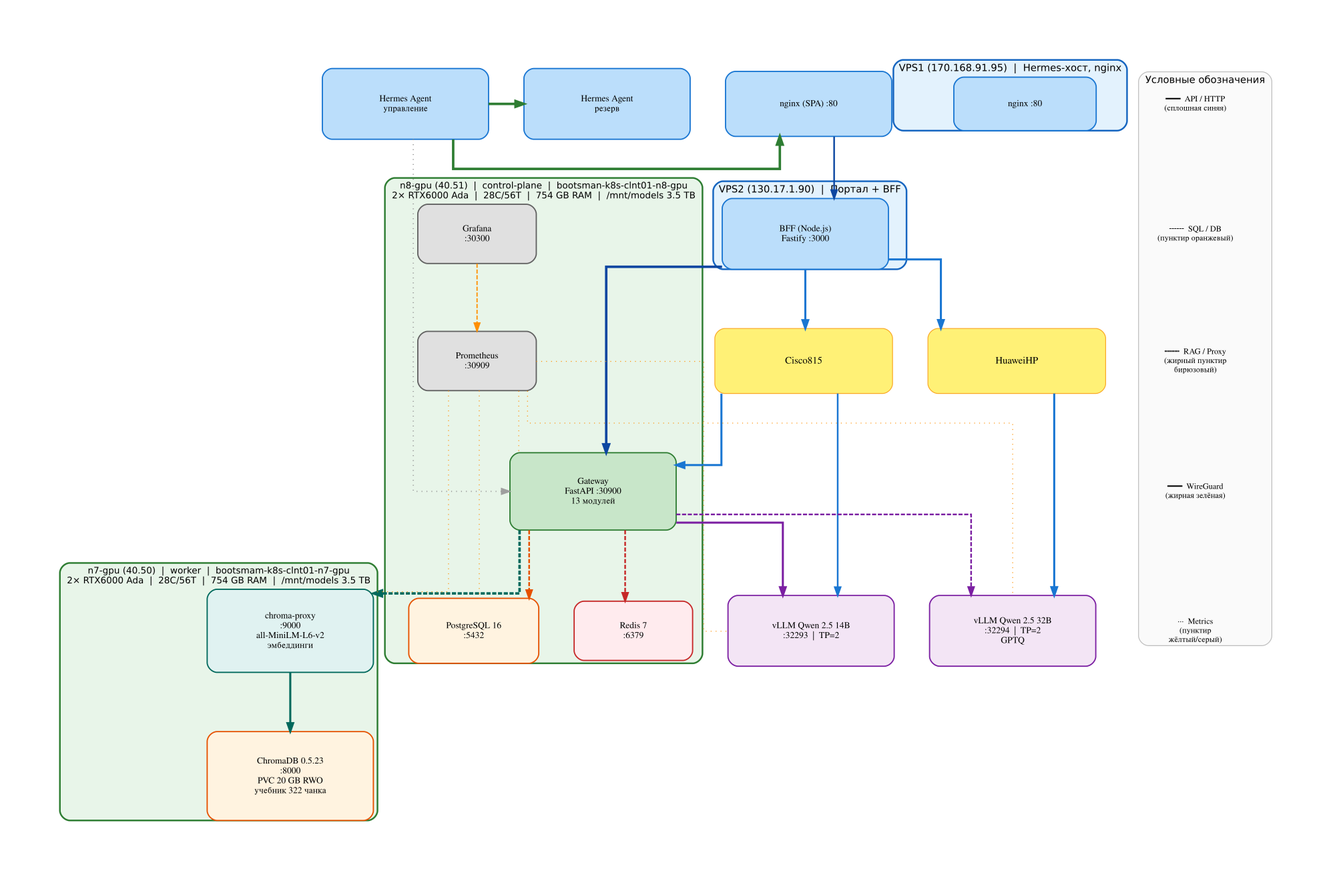
This is docs/diagrams/physical-architecture-v2.png from dedvmedved-dot/aither-project, a Graphviz export, as it was before one commit. Its source is kept beside it as docs/diagrams/physical-architecture-v2.dot.
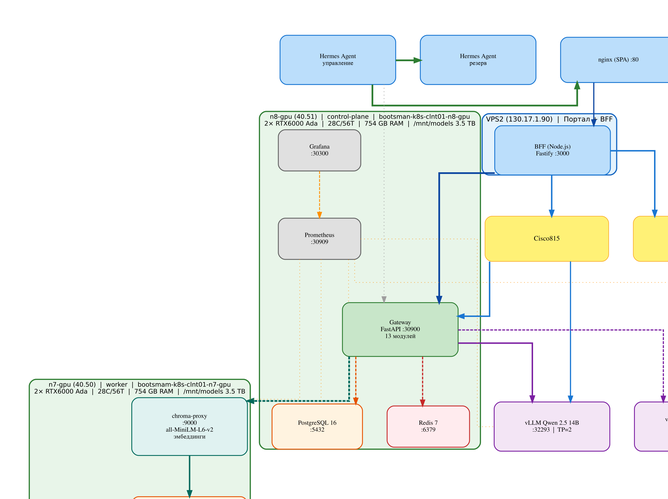
Above is the later version.

Change to the diagram source:
```diff
@@ -148,6 +148,9 @@
     n8_prom -> n8_pg [color="#ff8f00", penwidth=1.0, style=dotted, arrowhead=none]
     n8_graf -> n8_prom [color="#ff8f00", penwidth=1.5, style=dashed]
 
+
+    n7_chroma -> le1 [style=invis, weight=0]
+
     subgraph cluster_legend {
         label="Условные обозначения"
         style="filled,rounded"
@@ -155,8 +158,7 @@
         color="#bdbdbd"
         fontcolor="#000000"
         fontsize=12
-        rankdir=LR
-        rank=same
+        peripheries=1
 
         node [shape=plaintext, fillcolor="#fafafa", color="#fafafa", fontsize=10, fontcolor="#000000", margin="0.05,0.02"]
 
@@ -168,4 +170,6 @@
 
         le1 -> le2 -> le3 -> le4 -> le5 [style=invis]
     }
+
+    { rank=same; le1; le2; le3; le4; le5 }
 }
```
